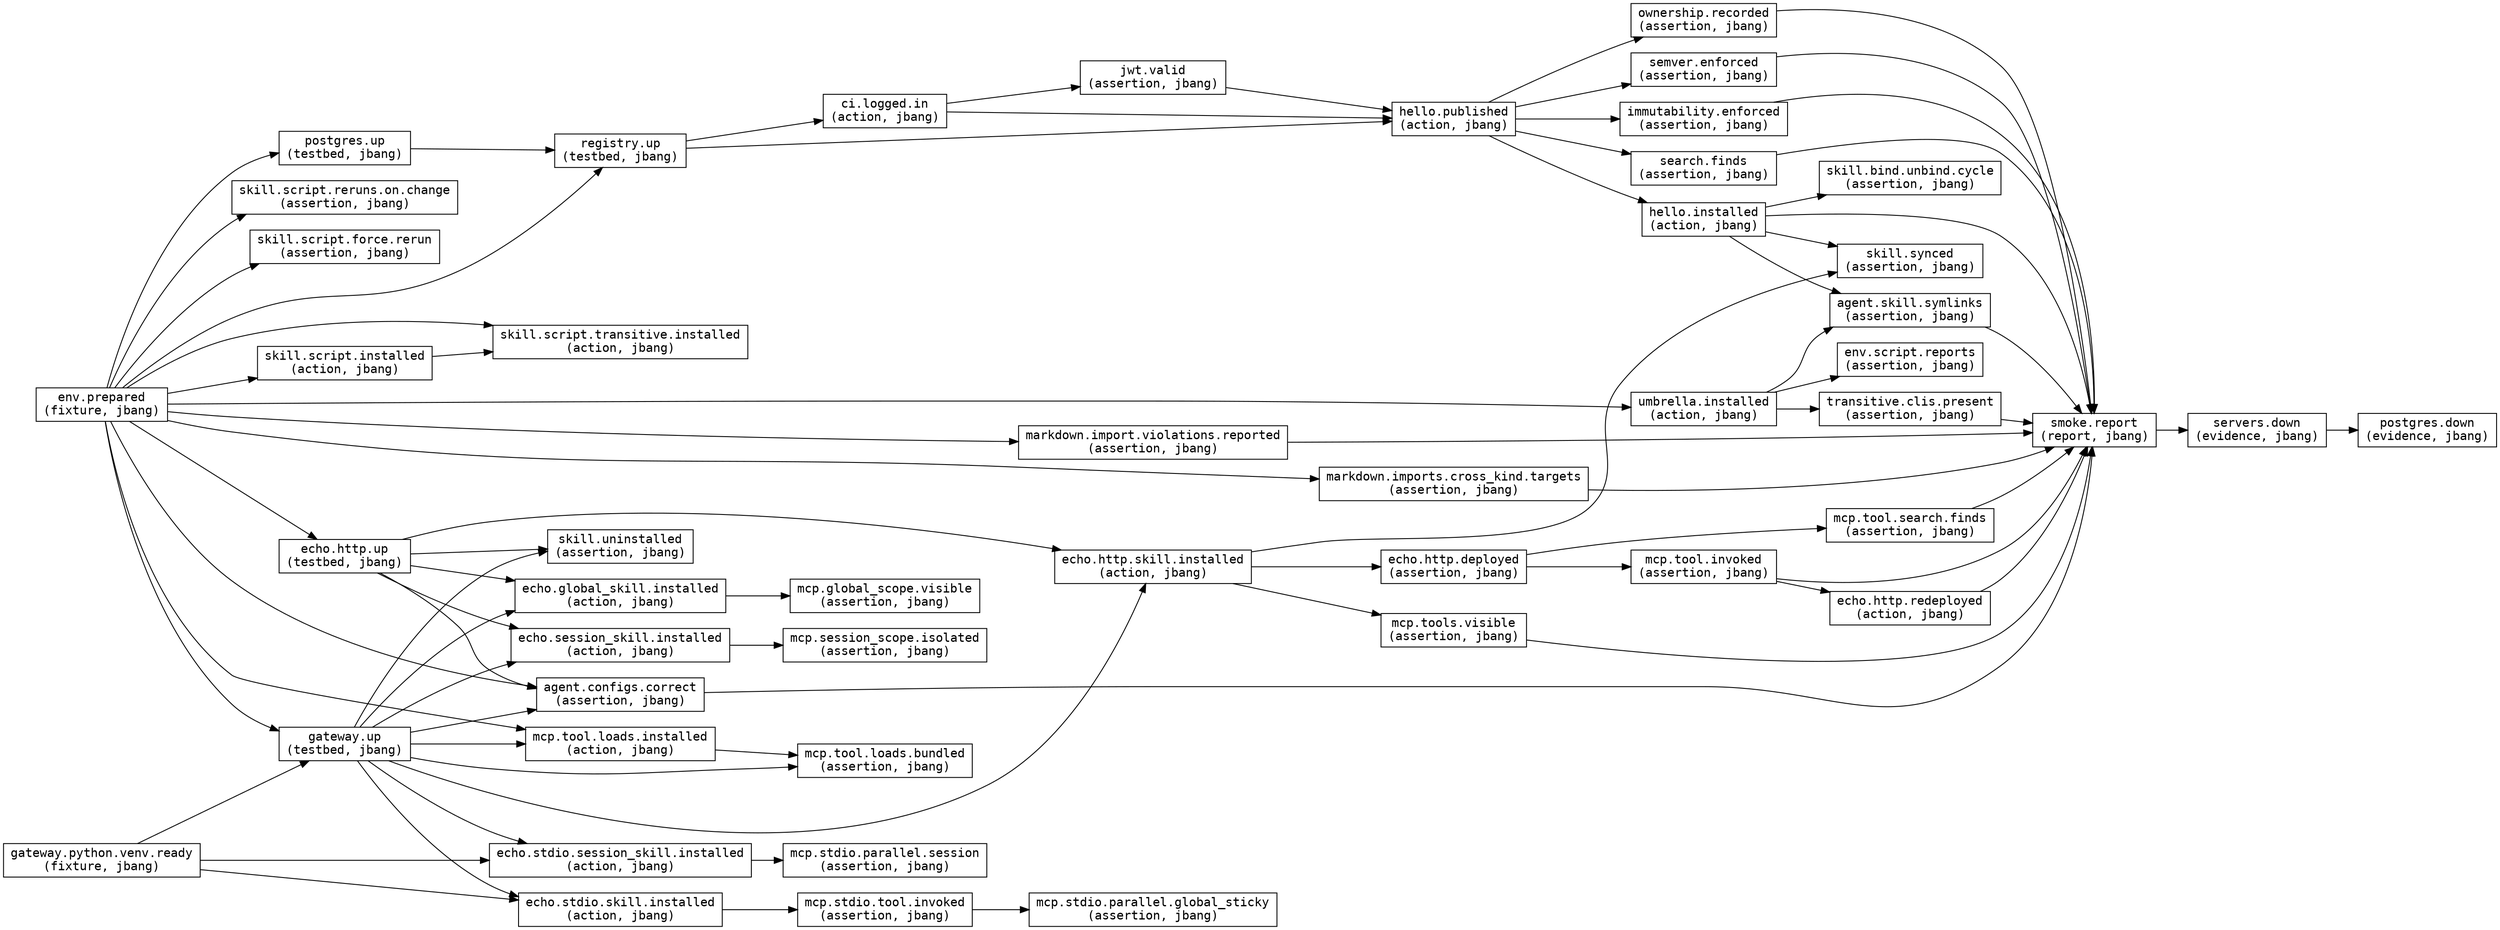
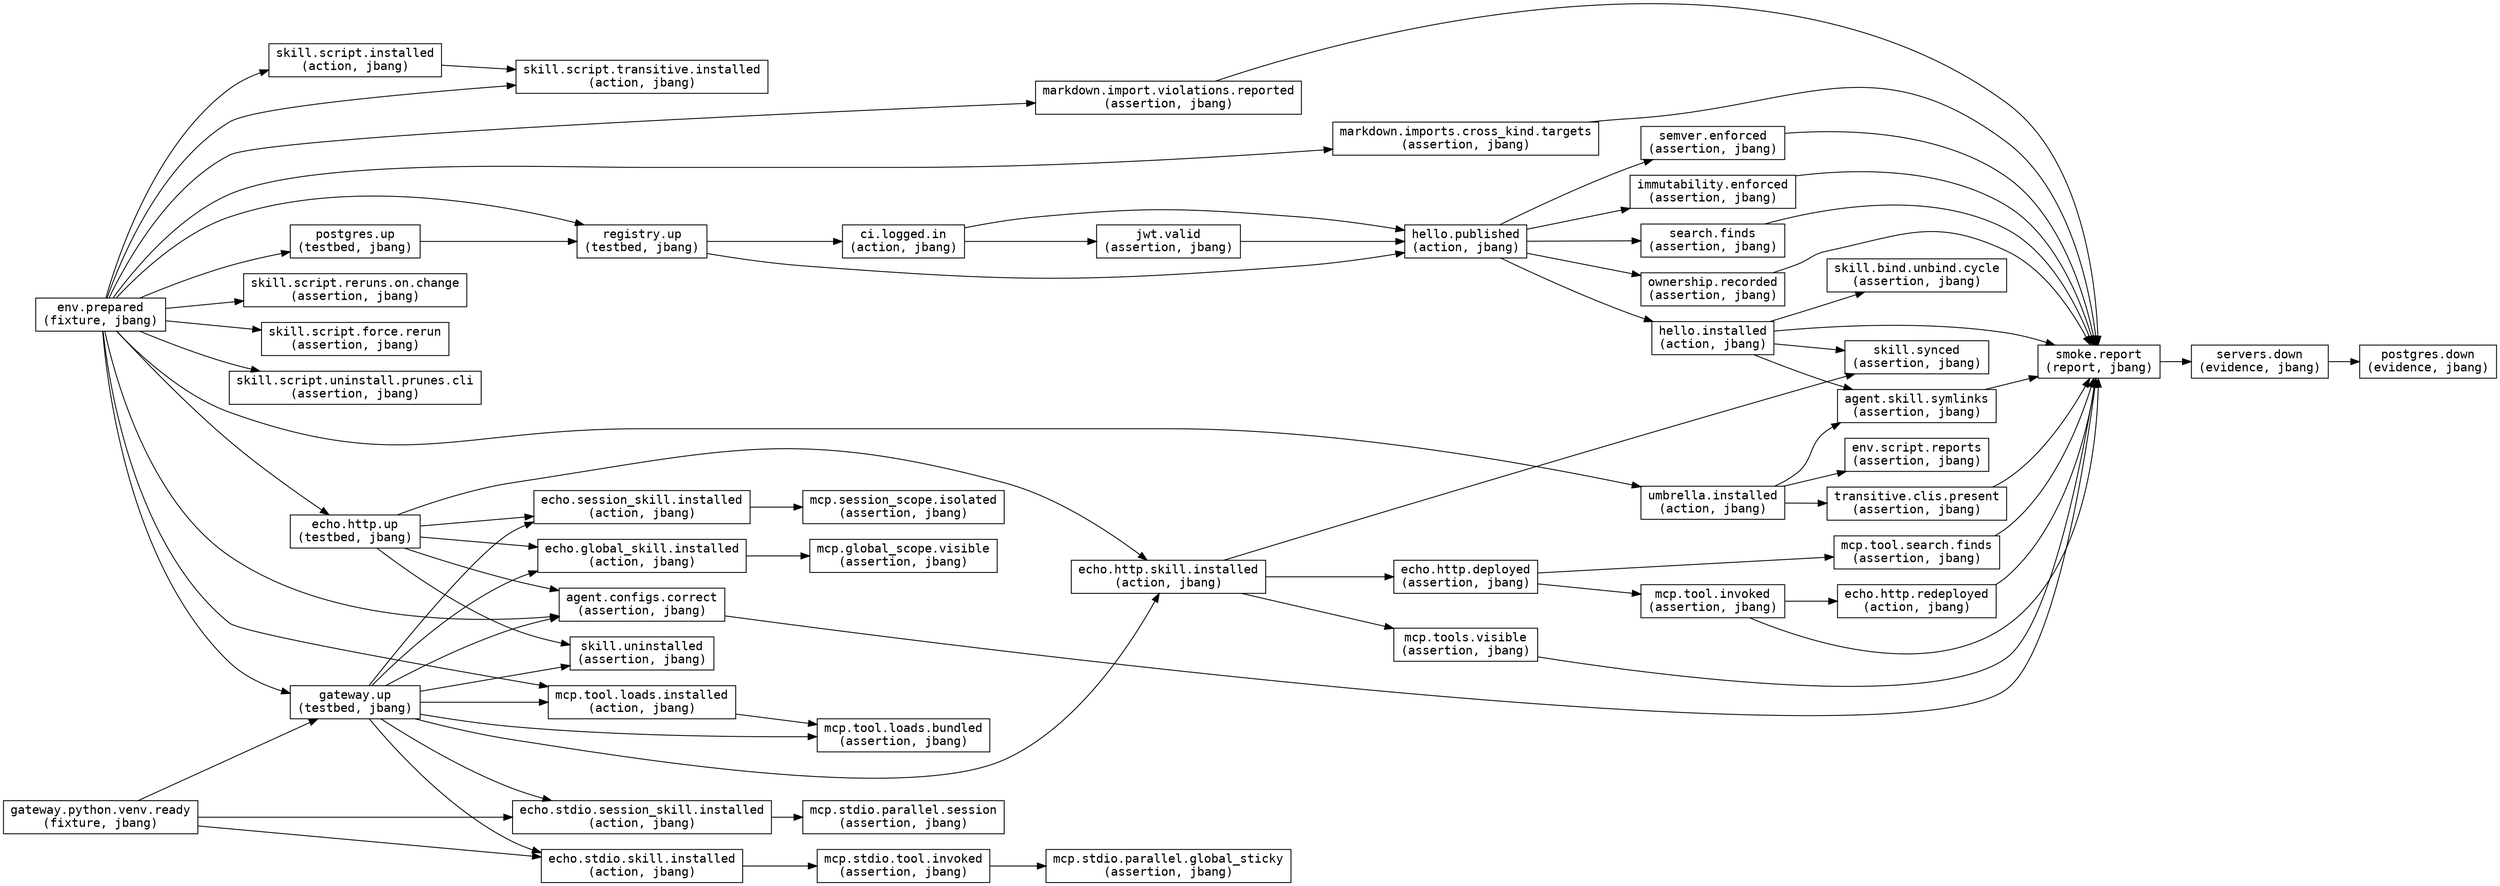
digraph "smoke" {
  rankdir=LR;
  node [shape=box,fontname="Courier"];
  "env.prepared" [label="env.prepared\n(fixture, jbang)"];
  "postgres.up" [label="postgres.up\n(testbed, jbang)"];
  "registry.up" [label="registry.up\n(testbed, jbang)"];
  "ci.logged.in" [label="ci.logged.in\n(action, jbang)"];
  "jwt.valid" [label="jwt.valid\n(assertion, jbang)"];
  "gateway.python.venv.ready" [label="gateway.python.venv.ready\n(fixture, jbang)"];
  "gateway.up" [label="gateway.up\n(testbed, jbang)"];
  "echo.http.up" [label="echo.http.up\n(testbed, jbang)"];
  "hello.published" [label="hello.published\n(action, jbang)"];
  "hello.installed" [label="hello.installed\n(action, jbang)"];
  "search.finds" [label="search.finds\n(assertion, jbang)"];
  "ownership.recorded" [label="ownership.recorded\n(assertion, jbang)"];
  "semver.enforced" [label="semver.enforced\n(assertion, jbang)"];
  "immutability.enforced" [label="immutability.enforced\n(assertion, jbang)"];
  "markdown.import.violations.reported" [label="markdown.import.violations.reported\n(assertion, jbang)"];
  "markdown.imports.cross_kind.targets" [label="markdown.imports.cross_kind.targets\n(assertion, jbang)"];
  "umbrella.installed" [label="umbrella.installed\n(action, jbang)"];
  "transitive.clis.present" [label="transitive.clis.present\n(assertion, jbang)"];
  "skill.script.installed" [label="skill.script.installed\n(action, jbang)"];
  "skill.script.transitive.installed" [label="skill.script.transitive.installed\n(action, jbang)"];
  "skill.script.reruns.on.change" [label="skill.script.reruns.on.change\n(assertion, jbang)"];
  "skill.script.force.rerun" [label="skill.script.force.rerun\n(assertion, jbang)"];
+   "skill.script.uninstall.prunes.cli" [label="skill.script.uninstall.prunes.cli\n(assertion, jbang)"];
  "env.script.reports" [label="env.script.reports\n(assertion, jbang)"];
  "mcp.tool.loads.installed" [label="mcp.tool.loads.installed\n(action, jbang)"];
  "mcp.tool.loads.bundled" [label="mcp.tool.loads.bundled\n(assertion, jbang)"];
  "echo.http.skill.installed" [label="echo.http.skill.installed\n(action, jbang)"];
  "echo.http.deployed" [label="echo.http.deployed\n(assertion, jbang)"];
  "mcp.tools.visible" [label="mcp.tools.visible\n(assertion, jbang)"];
  "mcp.tool.search.finds" [label="mcp.tool.search.finds\n(assertion, jbang)"];
  "mcp.tool.invoked" [label="mcp.tool.invoked\n(assertion, jbang)"];
  "echo.http.redeployed" [label="echo.http.redeployed\n(action, jbang)"];
  "echo.session_skill.installed" [label="echo.session_skill.installed\n(action, jbang)"];
  "mcp.session_scope.isolated" [label="mcp.session_scope.isolated\n(assertion, jbang)"];
  "echo.global_skill.installed" [label="echo.global_skill.installed\n(action, jbang)"];
  "mcp.global_scope.visible" [label="mcp.global_scope.visible\n(assertion, jbang)"];
  "echo.stdio.skill.installed" [label="echo.stdio.skill.installed\n(action, jbang)"];
  "mcp.stdio.tool.invoked" [label="mcp.stdio.tool.invoked\n(assertion, jbang)"];
  "mcp.stdio.parallel.global_sticky" [label="mcp.stdio.parallel.global_sticky\n(assertion, jbang)"];
  "echo.stdio.session_skill.installed" [label="echo.stdio.session_skill.installed\n(action, jbang)"];
  "mcp.stdio.parallel.session" [label="mcp.stdio.parallel.session\n(assertion, jbang)"];
  "skill.synced" [label="skill.synced\n(assertion, jbang)"];
  "skill.bind.unbind.cycle" [label="skill.bind.unbind.cycle\n(assertion, jbang)"];
  "skill.uninstalled" [label="skill.uninstalled\n(assertion, jbang)"];
  "agent.configs.correct" [label="agent.configs.correct\n(assertion, jbang)"];
  "agent.skill.symlinks" [label="agent.skill.symlinks\n(assertion, jbang)"];
  "smoke.report" [label="smoke.report\n(report, jbang)"];
  "servers.down" [label="servers.down\n(evidence, jbang)"];
  "postgres.down" [label="postgres.down\n(evidence, jbang)"];
  "env.prepared" -> "postgres.up";
  "env.prepared" -> "registry.up";
  "postgres.up" -> "registry.up";
  "registry.up" -> "ci.logged.in";
  "ci.logged.in" -> "jwt.valid";
  "env.prepared" -> "gateway.up";
  "gateway.python.venv.ready" -> "gateway.up";
  "env.prepared" -> "echo.http.up";
  "registry.up" -> "hello.published";
  "ci.logged.in" -> "hello.published";
  "jwt.valid" -> "hello.published";
  "hello.published" -> "hello.installed";
  "hello.published" -> "search.finds";
  "hello.published" -> "ownership.recorded";
  "hello.published" -> "semver.enforced";
  "hello.published" -> "immutability.enforced";
  "env.prepared" -> "markdown.import.violations.reported";
  "env.prepared" -> "markdown.imports.cross_kind.targets";
  "env.prepared" -> "umbrella.installed";
  "umbrella.installed" -> "transitive.clis.present";
  "env.prepared" -> "skill.script.installed";
  "env.prepared" -> "skill.script.transitive.installed";
  "skill.script.installed" -> "skill.script.transitive.installed";
  "env.prepared" -> "skill.script.reruns.on.change";
  "env.prepared" -> "skill.script.force.rerun";
+   "env.prepared" -> "skill.script.uninstall.prunes.cli";
  "umbrella.installed" -> "env.script.reports";
  "env.prepared" -> "mcp.tool.loads.installed";
  "gateway.up" -> "mcp.tool.loads.installed";
  "mcp.tool.loads.installed" -> "mcp.tool.loads.bundled";
  "gateway.up" -> "mcp.tool.loads.bundled";
  "gateway.up" -> "echo.http.skill.installed";
  "echo.http.up" -> "echo.http.skill.installed";
  "echo.http.skill.installed" -> "echo.http.deployed";
  "echo.http.skill.installed" -> "mcp.tools.visible";
  "echo.http.deployed" -> "mcp.tool.search.finds";
  "echo.http.deployed" -> "mcp.tool.invoked";
  "mcp.tool.invoked" -> "echo.http.redeployed";
  "gateway.up" -> "echo.session_skill.installed";
  "echo.http.up" -> "echo.session_skill.installed";
  "echo.session_skill.installed" -> "mcp.session_scope.isolated";
  "gateway.up" -> "echo.global_skill.installed";
  "echo.http.up" -> "echo.global_skill.installed";
  "echo.global_skill.installed" -> "mcp.global_scope.visible";
  "gateway.up" -> "echo.stdio.skill.installed";
  "gateway.python.venv.ready" -> "echo.stdio.skill.installed";
  "echo.stdio.skill.installed" -> "mcp.stdio.tool.invoked";
  "mcp.stdio.tool.invoked" -> "mcp.stdio.parallel.global_sticky";
  "gateway.up" -> "echo.stdio.session_skill.installed";
  "gateway.python.venv.ready" -> "echo.stdio.session_skill.installed";
  "echo.stdio.session_skill.installed" -> "mcp.stdio.parallel.session";
  "hello.installed" -> "skill.synced";
  "echo.http.skill.installed" -> "skill.synced";
  "hello.installed" -> "skill.bind.unbind.cycle";
  "gateway.up" -> "skill.uninstalled";
  "echo.http.up" -> "skill.uninstalled";
  "env.prepared" -> "agent.configs.correct";
  "gateway.up" -> "agent.configs.correct";
  "echo.http.up" -> "agent.configs.correct";
  "hello.installed" -> "agent.skill.symlinks";
  "umbrella.installed" -> "agent.skill.symlinks";
  "transitive.clis.present" -> "smoke.report";
  "mcp.tool.search.finds" -> "smoke.report";
  "mcp.tool.invoked" -> "smoke.report";
  "echo.http.redeployed" -> "smoke.report";
  "agent.configs.correct" -> "smoke.report";
  "agent.skill.symlinks" -> "smoke.report";
  "search.finds" -> "smoke.report";
  "mcp.tools.visible" -> "smoke.report";
  "hello.installed" -> "smoke.report";
  "ownership.recorded" -> "smoke.report";
  "semver.enforced" -> "smoke.report";
  "immutability.enforced" -> "smoke.report";
  "markdown.import.violations.reported" -> "smoke.report";
  "markdown.imports.cross_kind.targets" -> "smoke.report";
  "smoke.report" -> "servers.down";
  "servers.down" -> "postgres.down";
}
